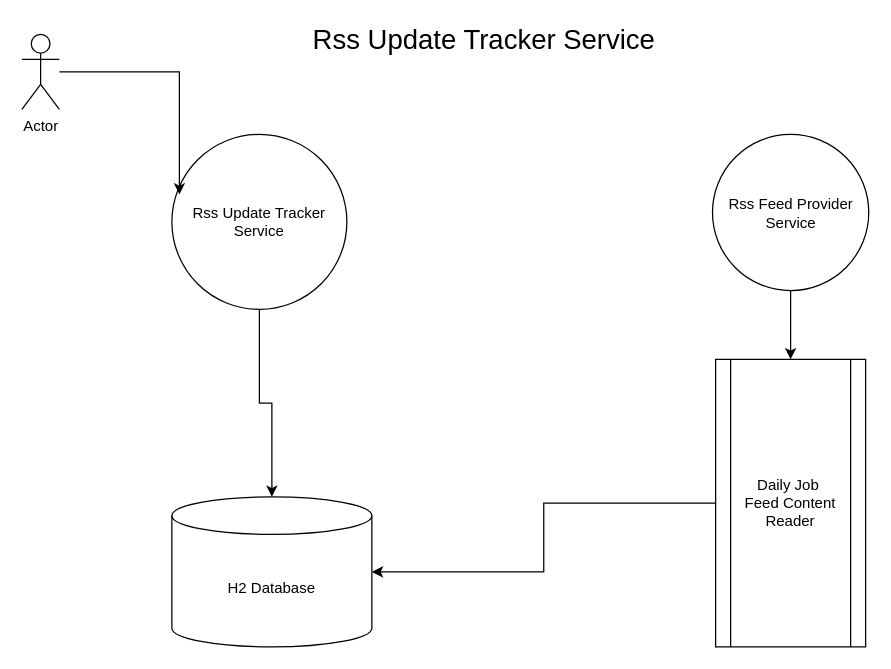
Above: page "Design Flow" (1 of 2) of design/rss-tracker-service-draft-design-flow.drawio in hhovhann/rss-tracker-service (draw.io), before the change. Source tidied: cells renumbered, new cells numbered last; positions are measured from the earlier drawing's top-left corner, leaving out a move shared by most shapes. Both pictures are drawn from the tidied source at 125%, with x=0, y=0 at pixel (21, 21).
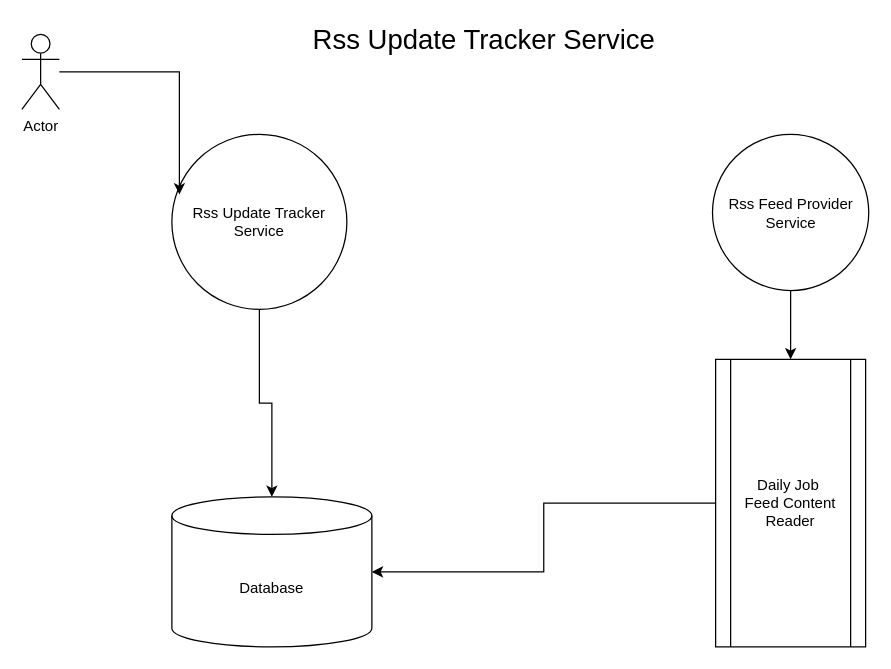
The same page after the edit.

What changed in the source:
```diff
@@
 <mxGraphModel>
   <root>
     <mxCell id="0" />
     <mxCell id="1" parent="0" />
     <mxCell id="2" value="Actor" style="shape=umlActor;verticalLabelPosition=bottom;verticalAlign=top;html=1;outlineConnect=0;" parent="1" vertex="1">
       <mxGeometry y="10" width="30" height="60" as="geometry" />
     </mxCell>
-    <mxCell id="3" value="H2 Database" style="shape=cylinder3;whiteSpace=wrap;html=1;boundedLbl=1;backgroundOutline=1;size=15;" parent="1" vertex="1">
+    <mxCell id="3" value="Database" style="shape=cylinder3;whiteSpace=wrap;html=1;boundedLbl=1;backgroundOutline=1;size=15;" parent="1" vertex="1">
       <mxGeometry x="120" y="380" width="160" height="120" as="geometry" />
     </mxCell>
     <mxCell id="4" style="edgeStyle=orthogonalEdgeStyle;rounded=0;jettySize=auto;html=1;exitX=0.5;exitY=1;exitDx=0;exitDy=0;entryX=0.5;entryY=0;entryDx=0;entryDy=0;" parent="1" edge="1" source="5" target="8">
       <mxGeometry relative="1" as="geometry" />
     </mxCell>
     <mxCell id="5" value="Rss Feed Provider Service" style="ellipse;whiteSpace=wrap;html=1;" parent="1" vertex="1">
       <mxGeometry x="552.5" y="90" width="125" height="125" as="geometry" />
     </mxCell>
     <mxCell id="6" style="edgeStyle=orthogonalEdgeStyle;rounded=0;jettySize=auto;html=1;exitX=0.5;exitY=1;exitDx=0;exitDy=0;" parent="1" edge="1" source="7" target="3">
       <mxGeometry relative="1" as="geometry" />
     </mxCell>
     <mxCell id="7" value="Rss Update Tracker Service" style="ellipse;whiteSpace=wrap;html=1;" parent="1" vertex="1">
       <mxGeometry x="120" y="90" width="140" height="140" as="geometry" />
     </mxCell>
     <mxCell id="8" value="Daily Job&amp;nbsp;&lt;br&gt;Feed Content Reader" style="shape=process;whiteSpace=wrap;html=1;backgroundOutline=1;" parent="1" vertex="1">
       <mxGeometry x="555" y="270" width="120" height="230" as="geometry" />
     </mxCell>
     <mxCell id="9" style="edgeStyle=orthogonalEdgeStyle;rounded=0;jettySize=auto;html=1;entryX=0.043;entryY=0.343;entryDx=0;entryDy=0;entryPerimeter=0;" parent="1" edge="1" source="2" target="7">
       <mxGeometry relative="1" as="geometry" />
     </mxCell>
     <mxCell id="10" style="edgeStyle=orthogonalEdgeStyle;rounded=0;jettySize=auto;html=1;entryX=1;entryY=0.5;entryDx=0;entryDy=0;entryPerimeter=0;" parent="1" edge="1" source="8" target="3">
       <mxGeometry relative="1" as="geometry" />
     </mxCell>
     <mxCell id="11" value="&lt;font style=&quot;font-size: 22px;&quot;&gt;Rss Update Tracker Service&lt;/font&gt;" style="text;html=1;strokeColor=none;fillColor=none;align=center;verticalAlign=middle;whiteSpace=wrap;rounded=0;" parent="1" vertex="1">
       <mxGeometry x="180" width="380" height="30" as="geometry" />
     </mxCell>
   </root>
 </mxGraphModel>
```
